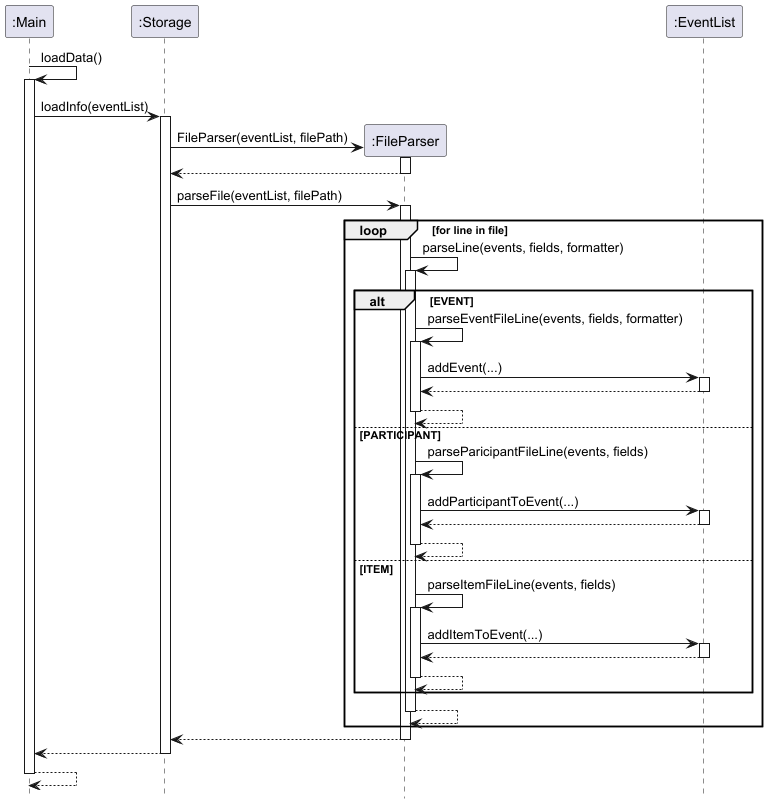
This is docs/images/StorageLoadingSequenceDiagram.png from nus-cs2113-AY2425S1/tp, a PlantUML export, as it was before one commit.
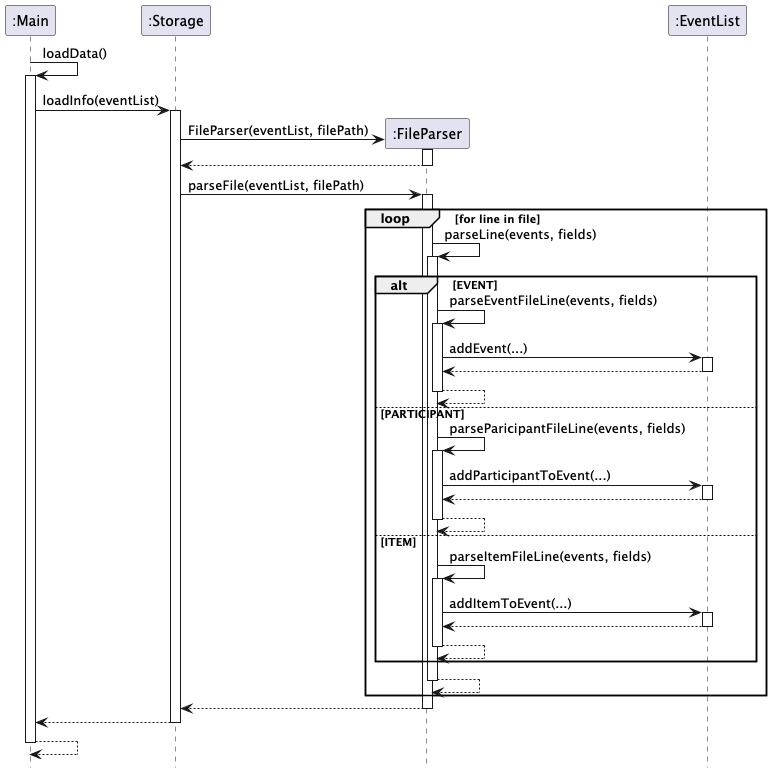
After the commit.

Change to the diagram source:
```diff
@@ -23,11 +23,11 @@
 loop for line in file
 
 
-    parser -> parser : parseLine(events, fields, formatter)
+    parser -> parser : parseLine(events, fields)
     activate parser
 
     alt EVENT
-        parser -> parser : parseEventFileLine(events, fields, formatter)
+        parser -> parser : parseEventFileLine(events, fields)
         activate parser
         parser -> events : addEvent(...)
         activate events
```
